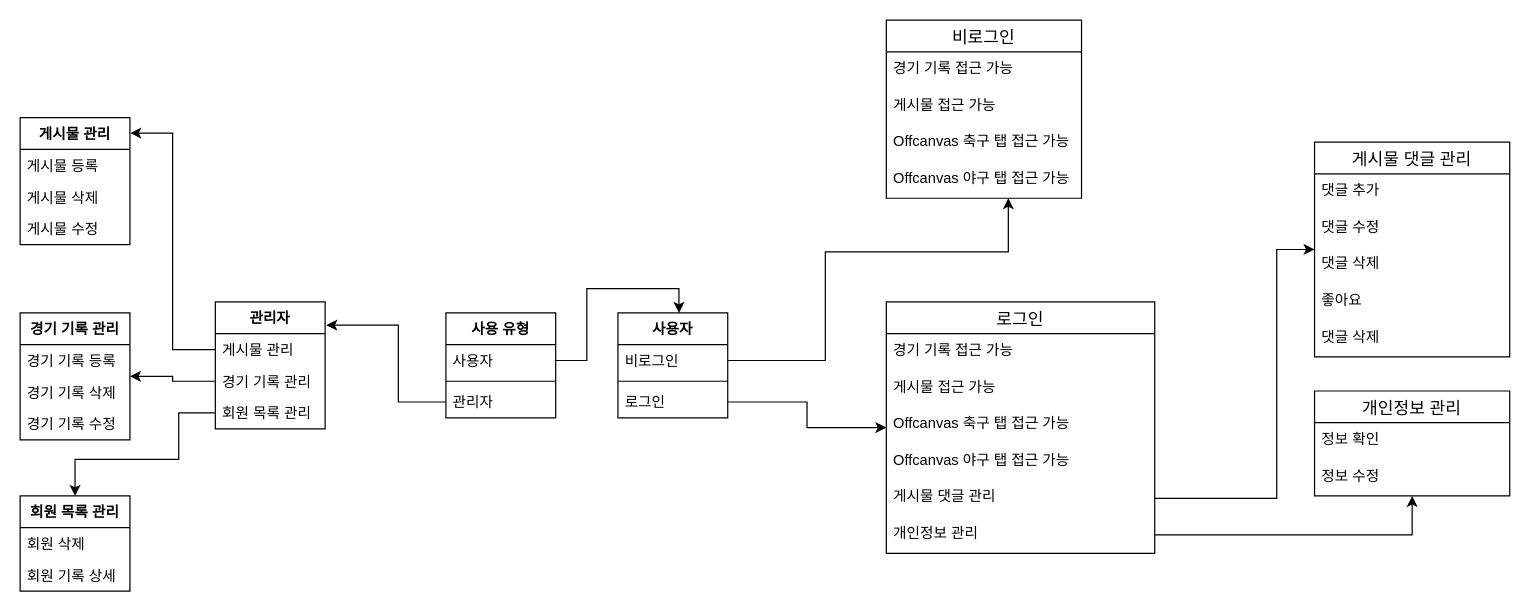
Above: personalProject/personal_project.drawio in HIMMEL95/html_tr2 (draw.io), before the change. Source tidied: cells renumbered, new cells numbered last; positions are measured from the earlier drawing's top-left corner, leaving out a move shared by most shapes. Both pictures are drawn from the tidied source at 122%, with x=0, y=0 at pixel (20, 20).
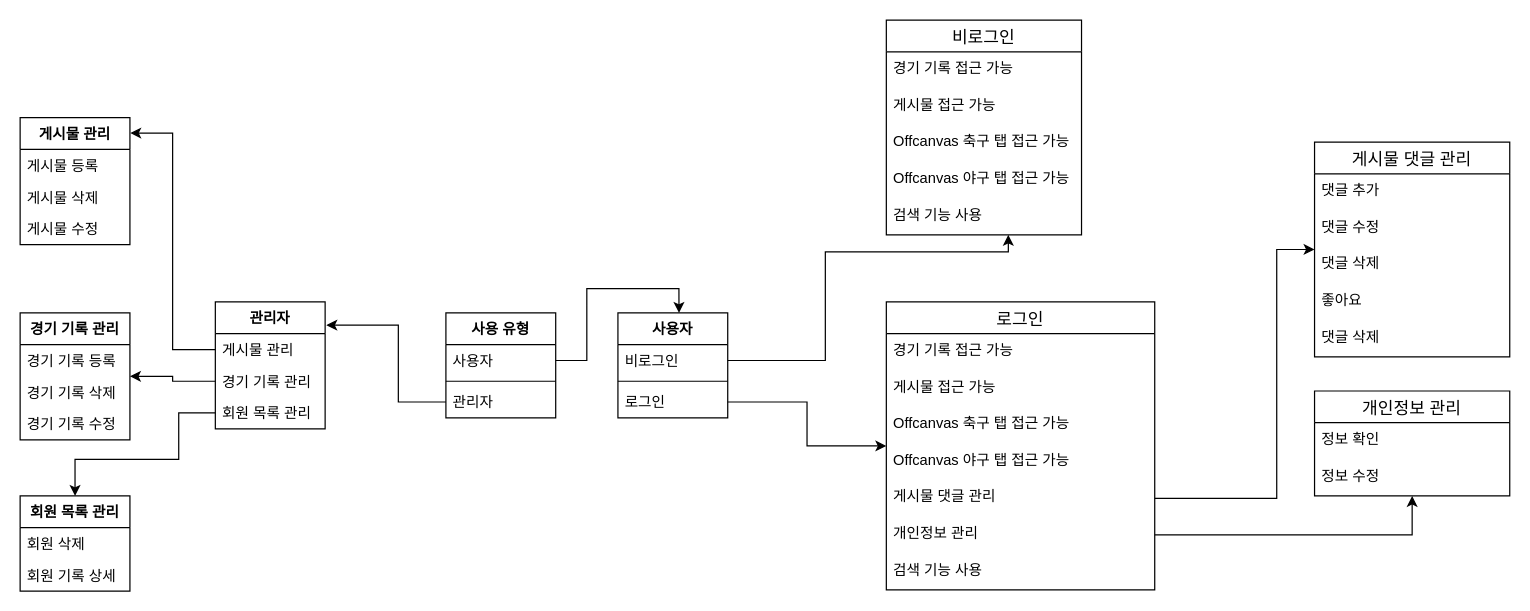
After the change.

What changed in the source:
```diff
@@
     <mxCell id="6" value="비로그인" style="swimlane;fontStyle=0;horizontal=1;startSize=26;align=center;fontSize=14;" parent="1" vertex="1">
-      <mxGeometry x="710" width="160" height="146" as="geometry" />
+      <mxGeometry x="710" width="160" height="176" as="geometry" />
     </mxCell>
@@
+    <mxCell id="55" value="검색 기능 사용" style="text;strokeColor=none;fillColor=none;spacingLeft=4;spacingRight=4;overflow=hidden;fontSize=12;" parent="6" vertex="1">
+      <mxGeometry y="146" width="160" height="30" as="geometry" />
+    </mxCell>
     <mxCell id="11" value="로그인" style="swimlane;fontStyle=0;horizontal=1;startSize=26;align=center;fontSize=14;" parent="1" vertex="1">
-      <mxGeometry x="710" y="231" width="220" height="206" as="geometry" />
+      <mxGeometry x="710" y="231" width="220" height="236" as="geometry" />
     </mxCell>
@@
+    <mxCell id="56" value="검색 기능 사용" style="text;strokeColor=none;fillColor=none;spacingLeft=4;spacingRight=4;overflow=hidden;fontSize=12;" parent="11" vertex="1">
+      <mxGeometry y="206" width="220" height="30" as="geometry" />
+    </mxCell>
```
